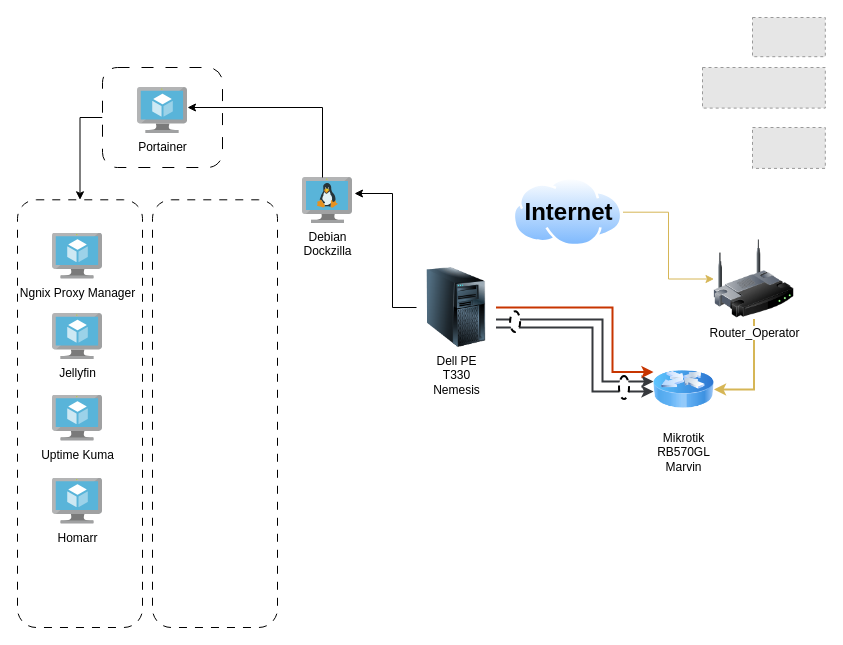
This is ProjetoNebula_Diagram0.drawio from jarmis0n/ProjetoNebula, a draw.io file, before an edit. Source tidied: cells renumbered, new cells numbered last; positions are measured from the earlier drawing's top-left corner, leaving out a move shared by most shapes. Both pictures are drawn from the tidied source at 100%, with x=0, y=0 at pixel (17, 17). Pictures stored in the file or linked from it are replaced by grey dashed boxes.
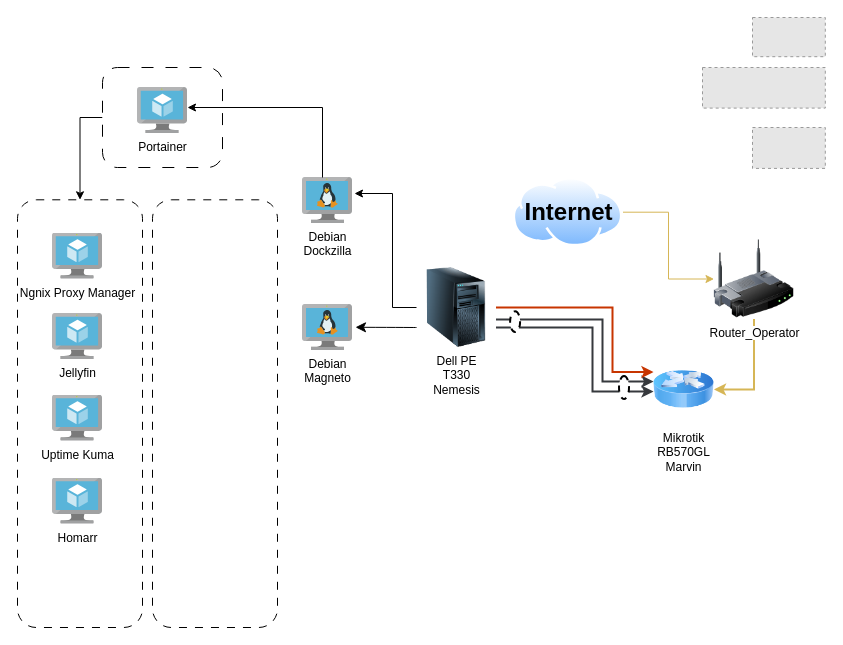
The same page after the edit.

Unchanged cells that the change refers to:
```xml
<mxCell id="12" value="&lt;div&gt;&lt;span style=&quot;text-wrap-mode: wrap;&quot;&gt;Dell PE T330&lt;/span&gt;&lt;/div&gt;&lt;div&gt;&lt;span style=&quot;text-wrap-mode: wrap;&quot;&gt;Nemesis&lt;/span&gt;&lt;/div&gt;" style="image;html=1;image=img/lib/clip_art/computers/Server_Tower_128x128.png;" parent="1" vertex="1">
  <mxGeometry x="399" y="250" width="79.5" height="80" as="geometry" />
</mxCell>
```

The edit, as a diff of the source:
```diff
@@
+    <mxCell id="29" value="Debian&lt;br&gt;Magneto" style="image;sketch=0;html=1;points=[];align=center;fontSize=12;image=img/lib/mscae/VM_Linux.svg;" parent="1" vertex="1">
+      <mxGeometry x="285" y="287" width="50" height="46" as="geometry" />
+    </mxCell>
+    <mxCell id="30" style="edgeStyle=none;curved=1;rounded=0;jettySize=auto;html=1;exitX=0;exitY=0.75;exitDx=0;exitDy=0;entryX=1.06;entryY=0.495;entryDx=0;entryDy=0;entryPerimeter=0;fontSize=12;startSize=8;endSize=8;" parent="1" edge="1" source="12" target="29">
+      <mxGeometry relative="1" as="geometry" />
+    </mxCell>
```
